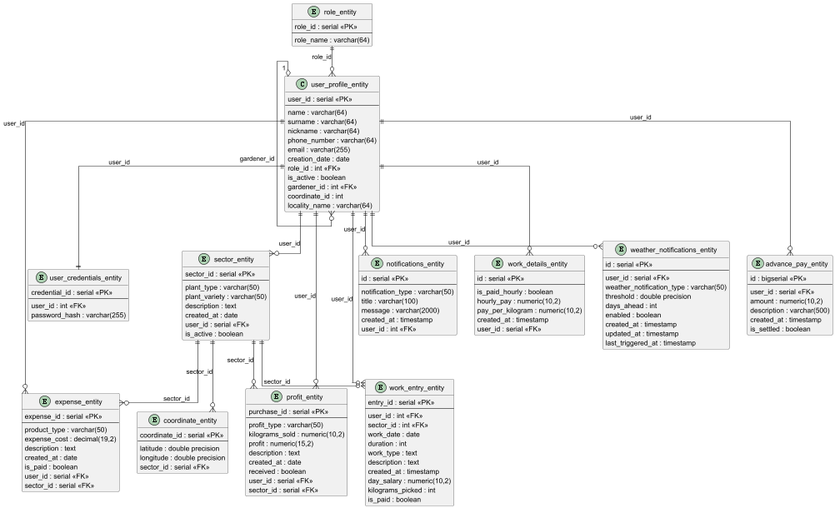
Above: backend/erd-diagram.png in centGeek/FruitFarmManagementSystem (PlantUML), before the change.
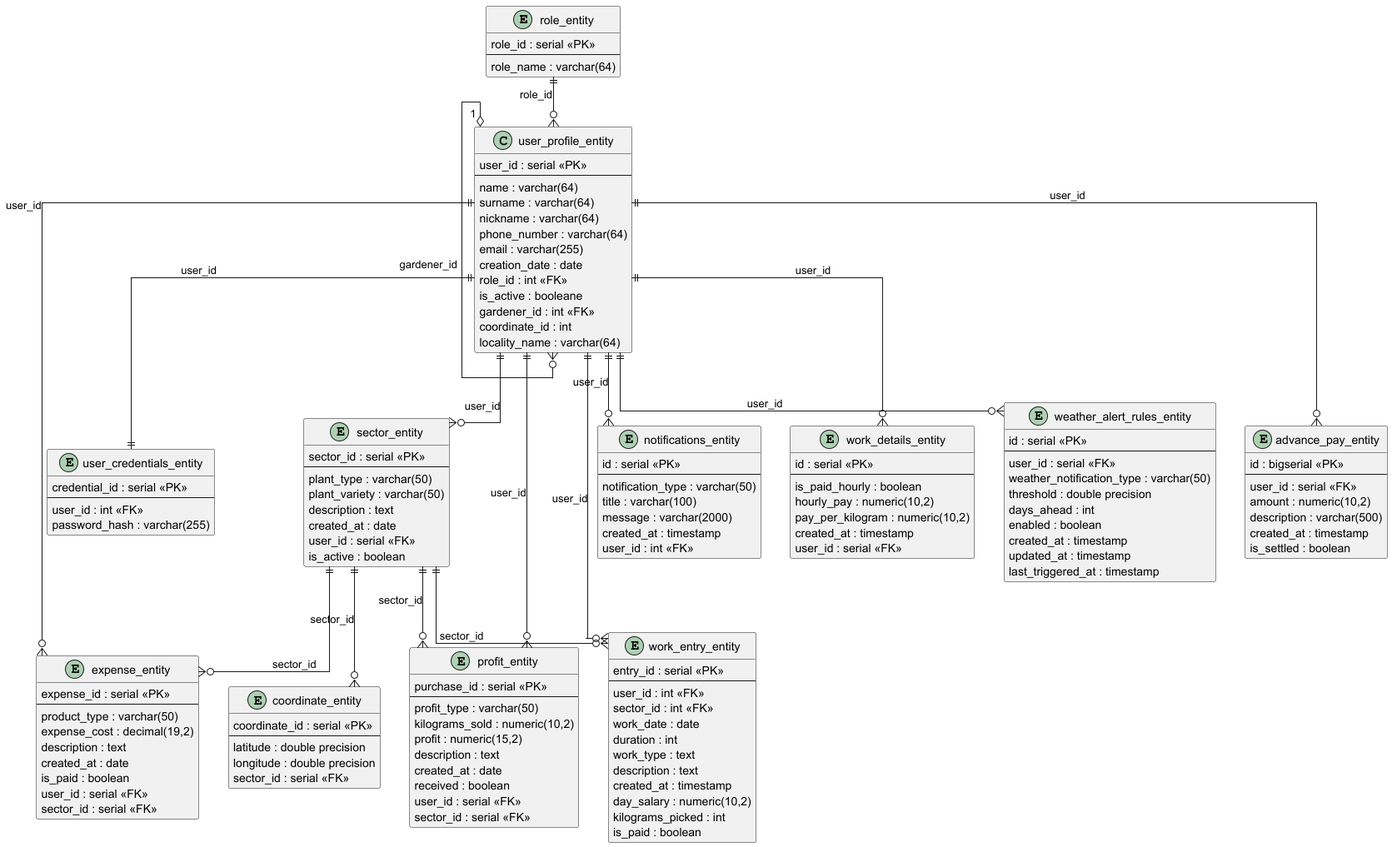
After the commit.

The edit, as a diff of the source:
```diff
@@ -16,7 +16,7 @@
     email : varchar(255)
     creation_date : date
     role_id : int <<FK>>
-    is_active : boolean
+    is_active : booleane
     gardener_id : int <<FK>>
     coordinate_id : int
     locality_name : varchar(64)
@@ -108,7 +108,7 @@
     user_id : serial <<FK>>
 }
 
-entity weather_notifications_entity {
+entity weather_alert_rules_entity {
     id : serial <<PK>>
     --
     user_id : serial <<FK>>
@@ -142,7 +142,7 @@
 user_profile_entity ||--o{ work_entry_entity : "user_id"
 user_profile_entity ||--o{ notifications_entity : "user_id"
 user_profile_entity ||--o{ work_details_entity : "user_id"
-user_profile_entity ||--o{ weather_notifications_entity : "user_id"
+user_profile_entity ||--o{ weather_alert_rules_entity : "user_id"
 user_profile_entity ||--o{ advance_pay_entity : "user_id"
 
 sector_entity ||--o{ expense_entity : "sector_id"
```
